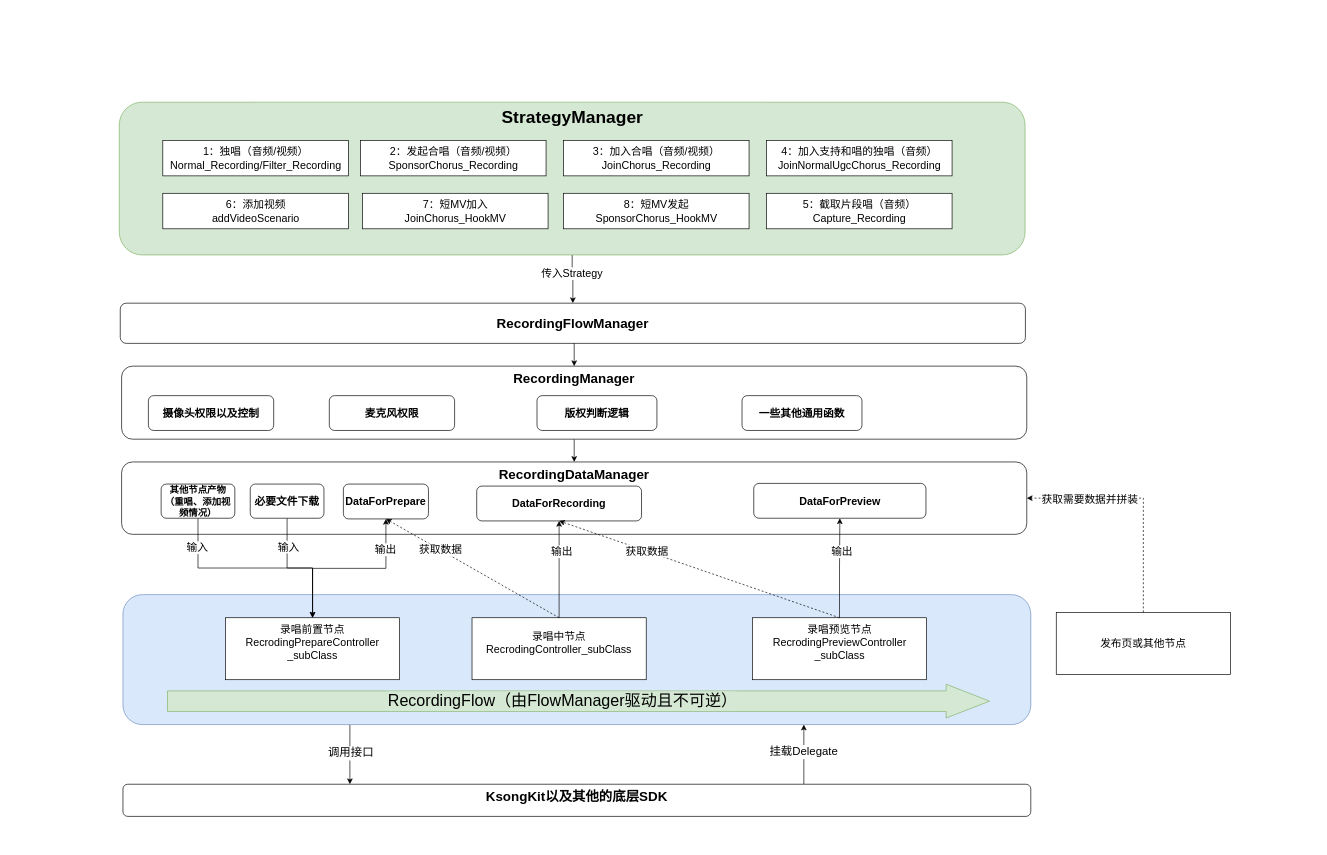
The draw.io diagram NewRecord.drawio in MolierQueen/Xmind, before the edit. Source tidied: cells renumbered, new cells numbered last; positions are measured from the earlier drawing's top-left corner, leaving out a move shared by most shapes. Both pictures are drawn from the tidied source at 67%, with x=0, y=0 at pixel (33, 13).
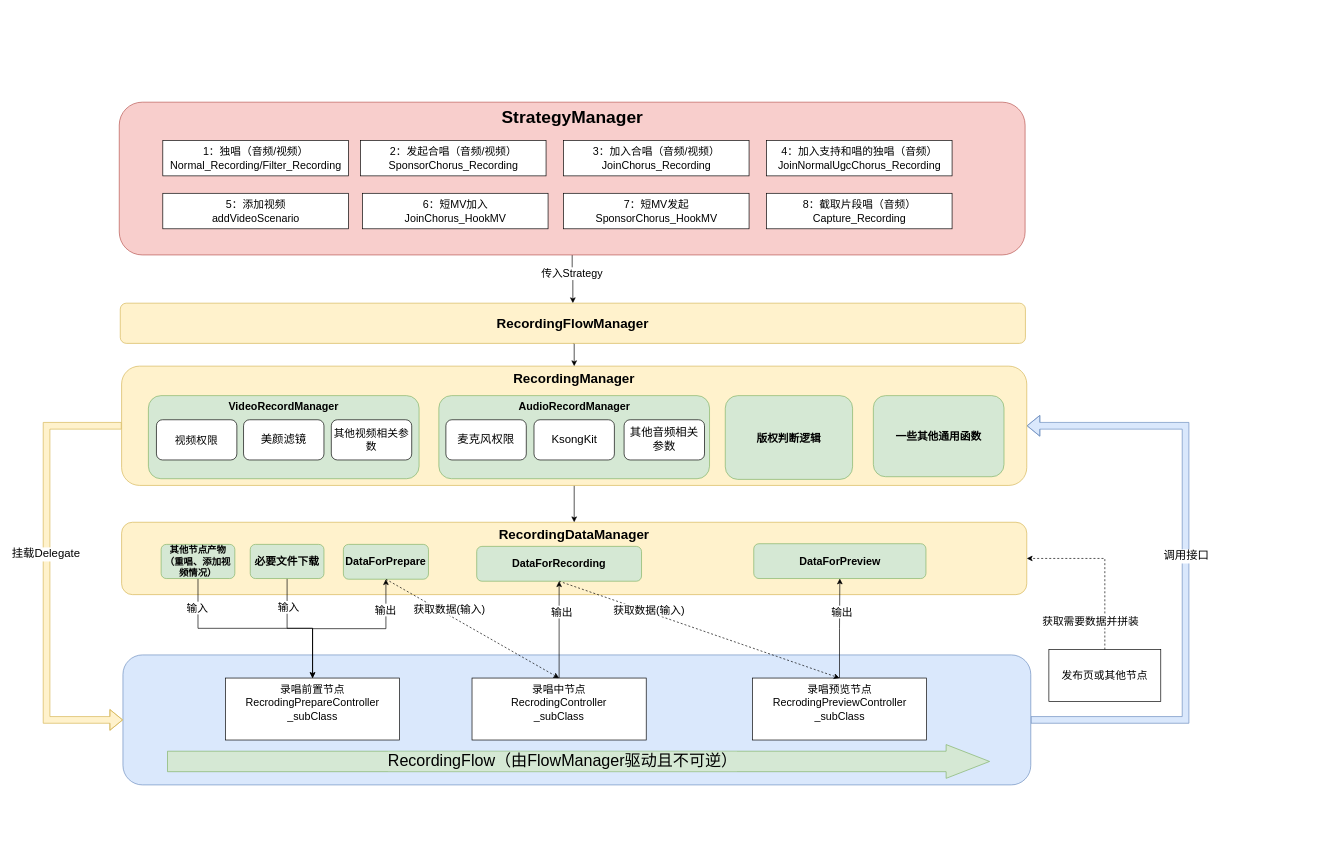
The same diagram, later.

Unchanged cells that the change refers to:
```xml
<mxCell id="38" style="edgeStyle=orthogonalEdgeStyle;rounded=0;jettySize=auto;html=1;exitX=0.5;exitY=0;exitDx=0;exitDy=0;entryX=1;entryY=0.5;entryDx=0;entryDy=0;fontSize=16;dashed=1;" parent="1" edge="1" source="40" target="5">
  <mxGeometry relative="1" as="geometry" />
</mxCell>
```

Diff of the diagram source:
```diff
@@
-    <mxCell id="2" style="edgeStyle=orthogonalEdgeStyle;rounded=0;jettySize=auto;html=1;exitX=0.25;exitY=1;exitDx=0;exitDy=0;entryX=0.25;entryY=0;entryDx=0;entryDy=0;fontSize=24;endArrow=classic;endFill=1;" parent="1" edge="1" source="4" target="24">
-      <mxGeometry relative="1" as="geometry" />
-    </mxCell>
+    <mxCell id="59" style="edgeStyle=orthogonalEdgeStyle;shape=flexArrow;rounded=0;jettySize=auto;html=1;exitX=1;exitY=0.5;exitDx=0;exitDy=0;entryX=1;entryY=0.5;entryDx=0;entryDy=0;fontSize=17;fillColor=#dae8fc;strokeColor=#6c8ebf;" parent="1" edge="1" source="4" target="10">
+      <mxGeometry relative="1" as="geometry">
+        <Array as="points">
+          <mxPoint x="1720" y="1055" />
+          <mxPoint x="1720" y="616" />
+        </Array>
+      </mxGeometry>
+    </mxCell>
-    <mxCell id="3" value="调用接口" style="edgeLabel;html=1;align=center;verticalAlign=middle;fontSize=17;" parent="2" vertex="1">
-      <mxGeometry x="-0.27" relative="1" as="geometry">
-        <mxPoint x="1" y="10" as="offset" />
-      </mxGeometry>
+    <mxCell id="3" value="调用接口" style="edgeLabel;html=1;align=center;verticalAlign=middle;fontSize=17;" parent="59" vertex="1">
+      <mxGeometry x="0.05" relative="1" as="geometry" />
     </mxCell>
     <mxCell id="4" style="rounded=1;whiteSpace=wrap;html=1;fontSize=20;verticalAlign=top;fillColor=#dae8fc;strokeColor=#6c8ebf;" parent="1" vertex="1">
-      <mxGeometry x="134" y="868" width="1355" height="194" as="geometry" />
+      <mxGeometry x="134" y="958" width="1355" height="194" as="geometry" />
     </mxCell>
-    <mxCell id="5" value="&lt;font style=&quot;font-size: 20px&quot;&gt;RecordingDataManager&lt;/font&gt;" style="rounded=1;whiteSpace=wrap;html=1;verticalAlign=top;fontStyle=1;fontSize=16;" parent="1" vertex="1">
-      <mxGeometry x="132" y="670" width="1351" height="108" as="geometry" />
+    <mxCell id="5" value="&lt;font style=&quot;font-size: 20px&quot;&gt;RecordingDataManager&lt;/font&gt;" style="rounded=1;whiteSpace=wrap;html=1;verticalAlign=top;fontStyle=1;fontSize=16;fillColor=#fff2cc;strokeColor=#d6b656;" parent="1" vertex="1">
+      <mxGeometry x="132" y="760" width="1351" height="108" as="geometry" />
     </mxCell>
@@
-    <mxCell id="8" value="&lt;b&gt;&lt;font style=&quot;font-size: 26px&quot;&gt;StrategyManager&lt;/font&gt;&lt;/b&gt;" style="rounded=1;whiteSpace=wrap;html=1;verticalAlign=top;fillColor=#d5e8d4;strokeColor=#82b366;" parent="1" vertex="1">
+    <mxCell id="8" value="&lt;b&gt;&lt;font style=&quot;font-size: 26px&quot;&gt;StrategyManager&lt;/font&gt;&lt;/b&gt;" style="rounded=1;whiteSpace=wrap;html=1;verticalAlign=top;fillColor=#f8cecc;strokeColor=#b85450;" parent="1" vertex="1">
       <mxGeometry x="128.5" y="133" width="1352" height="228" as="geometry" />
     </mxCell>
@@
+    <mxCell id="60" style="edgeStyle=orthogonalEdgeStyle;rounded=0;jettySize=auto;html=1;exitX=0;exitY=0.5;exitDx=0;exitDy=0;entryX=0;entryY=0.5;entryDx=0;entryDy=0;shape=flexArrow;fillColor=#fff2cc;strokeColor=#d6b656;" parent="1" edge="1" source="10" target="4">
+      <mxGeometry relative="1" as="geometry">
+        <Array as="points">
+          <mxPoint x="20" y="616" />
+          <mxPoint x="20" y="1055" />
+        </Array>
+      </mxGeometry>
+    </mxCell>
+    <mxCell id="23" value="挂载Delegate" style="edgeLabel;html=1;align=center;verticalAlign=middle;fontSize=17;" parent="60" vertex="1">
+      <mxGeometry x="-0.09" y="-2" relative="1" as="geometry" />
+    </mxCell>
-    <mxCell id="10" value="&lt;b&gt;&lt;font style=&quot;font-size: 20px&quot;&gt;RecordingManager&lt;/font&gt;&lt;/b&gt;" style="rounded=1;whiteSpace=wrap;html=1;verticalAlign=top;" parent="1" vertex="1">
-      <mxGeometry x="132" y="527" width="1351" height="109" as="geometry" />
+    <mxCell id="10" value="&lt;b&gt;&lt;font style=&quot;font-size: 20px&quot;&gt;RecordingManager&lt;/font&gt;&lt;/b&gt;" style="rounded=1;whiteSpace=wrap;html=1;verticalAlign=top;fillColor=#fff2cc;strokeColor=#d6b656;" parent="1" vertex="1">
+      <mxGeometry x="132" y="527" width="1351" height="178" as="geometry" />
     </mxCell>
@@
-    <mxCell id="13" value="摄像头权限以及控制" style="rounded=1;whiteSpace=wrap;html=1;verticalAlign=middle;fontStyle=1;fontSize=16;" parent="1" vertex="1">
-      <mxGeometry x="172" y="571" width="187" height="52" as="geometry" />
+    <mxCell id="13" value="VideoRecordManager" style="rounded=1;whiteSpace=wrap;html=1;verticalAlign=top;fontStyle=1;fontSize=16;fillColor=#d5e8d4;strokeColor=#82b366;" parent="1" vertex="1">
+      <mxGeometry x="172" y="571" width="404" height="124" as="geometry" />
     </mxCell>
@@
     <mxCell id="15" value="&lt;div style=&quot;font-size: 16px&quot;&gt;录唱前置节点&lt;/div&gt;&lt;div style=&quot;font-size: 16px&quot;&gt;RecrodingPrepareController&lt;/div&gt;&lt;div style=&quot;font-size: 16px&quot;&gt;_subClass&lt;/div&gt;&lt;div style=&quot;font-size: 16px&quot;&gt;&lt;br style=&quot;font-size: 16px&quot;&gt;&lt;/div&gt;" style="rounded=0;whiteSpace=wrap;html=1;fontSize=16;" parent="1" vertex="1">
-      <mxGeometry x="287" y="902.5" width="260" height="92.5" as="geometry" />
+      <mxGeometry x="287" y="992.5" width="260" height="92.5" as="geometry" />
     </mxCell>
-    <mxCell id="16" value="RecordingFlowManager" style="rounded=1;whiteSpace=wrap;html=1;verticalAlign=middle;fontStyle=1;fontSize=20;" parent="1" vertex="1">
+    <mxCell id="16" value="RecordingFlowManager" style="rounded=1;whiteSpace=wrap;html=1;verticalAlign=middle;fontStyle=1;fontSize=20;fillColor=#fff2cc;strokeColor=#d6b656;" parent="1" vertex="1">
       <mxGeometry x="130" y="433" width="1351" height="60" as="geometry" />
     </mxCell>
-    <mxCell id="17" value="DataForPrepare" style="rounded=1;whiteSpace=wrap;html=1;verticalAlign=middle;fontStyle=1;fontSize=16;" parent="1" vertex="1">
-      <mxGeometry x="463" y="703" width="127" height="52" as="geometry" />
+    <mxCell id="17" value="DataForPrepare" style="rounded=1;whiteSpace=wrap;html=1;verticalAlign=middle;fontStyle=1;fontSize=16;fillColor=#d5e8d4;strokeColor=#82b366;" parent="1" vertex="1">
+      <mxGeometry x="463" y="793" width="127" height="52" as="geometry" />
     </mxCell>
@@
-    <mxCell id="20" value="必要文件下载" style="rounded=1;whiteSpace=wrap;html=1;verticalAlign=middle;fontStyle=1;fontSize=16;" parent="1" vertex="1">
-      <mxGeometry x="324" y="703" width="110" height="51" as="geometry" />
+    <mxCell id="20" value="必要文件下载" style="rounded=1;whiteSpace=wrap;html=1;verticalAlign=middle;fontStyle=1;fontSize=16;fillColor=#d5e8d4;strokeColor=#82b366;" parent="1" vertex="1">
+      <mxGeometry x="324" y="793" width="110" height="51" as="geometry" />
     </mxCell>
-    <mxCell id="21" value="版权判断逻辑" style="rounded=1;whiteSpace=wrap;html=1;verticalAlign=middle;fontStyle=1;fontSize=16;" parent="1" vertex="1">
-      <mxGeometry x="752" y="571" width="179" height="52" as="geometry" />
+    <mxCell id="21" value="版权判断逻辑" style="rounded=1;whiteSpace=wrap;html=1;verticalAlign=middle;fontStyle=1;fontSize=16;fillColor=#d5e8d4;strokeColor=#82b366;" parent="1" vertex="1">
+      <mxGeometry x="1033" y="571" width="190" height="125" as="geometry" />
     </mxCell>
-    <mxCell id="22" style="edgeStyle=orthogonalEdgeStyle;rounded=0;jettySize=auto;html=1;exitX=0.75;exitY=0;exitDx=0;exitDy=0;entryX=0.75;entryY=1;entryDx=0;entryDy=0;fontSize=24;endArrow=classic;endFill=1;" parent="1" edge="1" source="24" target="4">
-      <mxGeometry relative="1" as="geometry" />
-    </mxCell>
-    <mxCell id="23" value="挂载Delegate" style="edgeLabel;html=1;align=center;verticalAlign=middle;fontSize=17;" parent="22" vertex="1">
-      <mxGeometry x="0.09" y="1" relative="1" as="geometry" />
-    </mxCell>
-    <mxCell id="24" value="&lt;font style=&quot;font-size: 20px&quot;&gt;KsongKit以及其他的底层SDK&lt;/font&gt;" style="rounded=1;whiteSpace=wrap;html=1;verticalAlign=top;fontStyle=1;fontSize=16;" parent="1" vertex="1">
-      <mxGeometry x="134" y="1151" width="1355" height="48" as="geometry" />
-    </mxCell>
@@
-    <mxCell id="29" value="麦克风权限" style="rounded=1;whiteSpace=wrap;html=1;verticalAlign=middle;fontStyle=1;fontSize=16;" parent="1" vertex="1">
-      <mxGeometry x="442" y="571" width="187" height="52" as="geometry" />
-    </mxCell>
-    <mxCell id="30" value="DataForRecording" style="rounded=1;whiteSpace=wrap;html=1;verticalAlign=middle;fontStyle=1;fontSize=16;" parent="1" vertex="1">
-      <mxGeometry x="662" y="706" width="246" height="52" as="geometry" />
+    <mxCell id="30" value="DataForRecording" style="rounded=1;whiteSpace=wrap;html=1;verticalAlign=middle;fontStyle=1;fontSize=16;fillColor=#d5e8d4;strokeColor=#82b366;" parent="1" vertex="1">
+      <mxGeometry x="662" y="796" width="246" height="52" as="geometry" />
     </mxCell>
-    <mxCell id="31" value="DataForPreview" style="rounded=1;whiteSpace=wrap;html=1;verticalAlign=middle;fontStyle=1;fontSize=16;" parent="1" vertex="1">
-      <mxGeometry x="1075.5" y="702" width="257" height="52" as="geometry" />
+    <mxCell id="31" value="DataForPreview" style="rounded=1;whiteSpace=wrap;html=1;verticalAlign=middle;fontStyle=1;fontSize=16;fillColor=#d5e8d4;strokeColor=#82b366;" parent="1" vertex="1">
+      <mxGeometry x="1075.5" y="792" width="257" height="52" as="geometry" />
     </mxCell>
@@
-    <mxCell id="34" value="&lt;div style=&quot;font-size: 16px&quot;&gt;录唱中节点&lt;/div&gt;&lt;div style=&quot;font-size: 16px&quot;&gt;RecrodingController_subClass&lt;/div&gt;&lt;div style=&quot;font-size: 16px&quot;&gt;&lt;br style=&quot;font-size: 16px&quot;&gt;&lt;/div&gt;" style="rounded=0;whiteSpace=wrap;html=1;fontSize=16;" parent="1" vertex="1">
-      <mxGeometry x="655" y="902.5" width="260" height="92.5" as="geometry" />
+    <mxCell id="34" value="&lt;div style=&quot;font-size: 16px&quot;&gt;录唱中节点&lt;/div&gt;&lt;div style=&quot;font-size: 16px&quot;&gt;RecrodingController&lt;/div&gt;&lt;div style=&quot;font-size: 16px&quot;&gt;_subClass&lt;/div&gt;&lt;div style=&quot;font-size: 16px&quot;&gt;&lt;br style=&quot;font-size: 16px&quot;&gt;&lt;/div&gt;" style="rounded=0;whiteSpace=wrap;html=1;fontSize=16;" parent="1" vertex="1">
+      <mxGeometry x="655" y="992.5" width="260" height="92.5" as="geometry" />
     </mxCell>
@@
     <mxCell id="37" value="&lt;div style=&quot;font-size: 16px&quot;&gt;录唱预览节点&lt;/div&gt;&lt;div style=&quot;font-size: 16px&quot;&gt;RecrodingPreviewController&lt;/div&gt;&lt;div style=&quot;font-size: 16px&quot;&gt;_subClass&lt;/div&gt;&lt;div style=&quot;font-size: 16px&quot;&gt;&lt;br style=&quot;font-size: 16px&quot;&gt;&lt;/div&gt;" style="rounded=0;whiteSpace=wrap;html=1;fontSize=16;" parent="1" vertex="1">
-      <mxGeometry x="1073.5" y="902.5" width="260" height="92.5" as="geometry" />
+      <mxGeometry x="1073.5" y="992.5" width="260" height="92.5" as="geometry" />
     </mxCell>
@@
     <mxCell id="39" value="获取需要数据并拼装" style="edgeLabel;html=1;align=center;verticalAlign=middle;fontSize=16;" parent="38" vertex="1">
       <mxGeometry x="0.71" y="4" relative="1" as="geometry">
-        <mxPoint x="44" y="-4" as="offset" />
+        <mxPoint x="58" y="89" as="offset" />
       </mxGeometry>
     </mxCell>
     <mxCell id="40" value="&lt;div style=&quot;font-size: 16px&quot;&gt;发布页或其他节点&lt;/div&gt;" style="rounded=0;whiteSpace=wrap;html=1;fontSize=16;" parent="1" vertex="1">
-      <mxGeometry x="1527" y="894.5" width="260" height="92.5" as="geometry" />
+      <mxGeometry x="1516" y="950" width="167" height="77.5" as="geometry" />
     </mxCell>
@@
-    <mxCell id="43" value="其他节点产物&lt;br style=&quot;font-size: 14px;&quot;&gt;（重唱、添加视频情况）" style="rounded=1;whiteSpace=wrap;html=1;verticalAlign=middle;fontStyle=1;fontSize=14;" parent="1" vertex="1">
-      <mxGeometry x="191" y="703" width="110" height="51" as="geometry" />
+    <mxCell id="43" value="其他节点产物&lt;br style=&quot;font-size: 14px;&quot;&gt;（重唱、添加视频情况）" style="rounded=1;whiteSpace=wrap;html=1;verticalAlign=middle;fontStyle=1;fontSize=14;fillColor=#d5e8d4;strokeColor=#82b366;" parent="1" vertex="1">
+      <mxGeometry x="191" y="793" width="110" height="51" as="geometry" />
     </mxCell>
-    <mxCell id="44" style="endArrow=classic;html=1;fontSize=16;entryX=0.5;entryY=1;entryDx=0;entryDy=0;exitX=0.5;exitY=0;exitDx=0;exitDy=0;dashed=1;" parent="1" edge="1" source="34" target="17">
+    <mxCell id="44" style="endArrow=classic;html=1;fontSize=16;entryX=0.5;entryY=0;entryDx=0;entryDy=0;dashed=1;exitX=0.5;exitY=1;exitDx=0;exitDy=0;" parent="1" edge="1" source="17" target="34">
       <mxGeometry relative="1" as="geometry" />
     </mxCell>
-    <mxCell id="45" value="获取数据" style="edgeLabel;html=1;align=center;verticalAlign=middle;fontSize=16;" parent="44" vertex="1">
-      <mxGeometry x="0.38" y="-1" relative="1" as="geometry" />
+    <mxCell id="45" value="获取数据(输入)" style="edgeLabel;html=1;align=center;verticalAlign=middle;fontSize=16;" parent="44" vertex="1">
+      <mxGeometry x="0.38" y="-1" relative="1" as="geometry">
+        <mxPoint x="-84" y="-58" as="offset" />
+      </mxGeometry>
     </mxCell>
-    <mxCell id="46" style="endArrow=classic;html=1;fontSize=16;entryX=0.5;entryY=1;entryDx=0;entryDy=0;exitX=0.5;exitY=0;exitDx=0;exitDy=0;dashed=1;endFill=1;" parent="1" edge="1" source="37" target="30">
+    <mxCell id="46" style="endArrow=classic;html=1;fontSize=16;exitX=0.5;exitY=1;exitDx=0;exitDy=0;dashed=1;endFill=1;entryX=0.5;entryY=0;entryDx=0;entryDy=0;" parent="1" edge="1" source="30" target="37">
       <mxGeometry relative="1" as="geometry" />
     </mxCell>
-    <mxCell id="47" value="获取数据" style="edgeLabel;html=1;align=center;verticalAlign=middle;fontSize=16;" parent="46" vertex="1">
-      <mxGeometry x="0.38" y="-1" relative="1" as="geometry" />
+    <mxCell id="47" value="获取数据(输入)" style="edgeLabel;html=1;align=center;verticalAlign=middle;fontSize=16;" parent="46" vertex="1">
+      <mxGeometry x="0.38" y="-1" relative="1" as="geometry">
+        <mxPoint x="-154" y="-58" as="offset" />
+      </mxGeometry>
     </mxCell>
@@
-    <mxCell id="52" value="&lt;div style=&quot;font-size: 16px;&quot;&gt;5：截取片段唱（音频）&lt;/div&gt;&lt;div style=&quot;font-size: 16px;&quot;&gt;Capture_Recording&lt;/div&gt;" style="rounded=0;whiteSpace=wrap;html=1;fontSize=16;" parent="1" vertex="1">
+    <mxCell id="52" value="&lt;div style=&quot;font-size: 16px&quot;&gt;8：截取片段唱（音频）&lt;/div&gt;&lt;div style=&quot;font-size: 16px&quot;&gt;Capture_Recording&lt;/div&gt;" style="rounded=0;whiteSpace=wrap;html=1;fontSize=16;" parent="1" vertex="1">
       <mxGeometry x="1094.5" y="269" width="277" height="53" as="geometry" />
     </mxCell>
-    <mxCell id="53" value="&lt;div style=&quot;font-size: 16px;&quot;&gt;6：添加视频&lt;/div&gt;&lt;div style=&quot;font-size: 16px;&quot;&gt;addVideoScenario&lt;/div&gt;" style="rounded=0;whiteSpace=wrap;html=1;fontSize=16;" parent="1" vertex="1">
+    <mxCell id="53" value="&lt;div style=&quot;font-size: 16px&quot;&gt;5：添加视频&lt;/div&gt;&lt;div style=&quot;font-size: 16px&quot;&gt;addVideoScenario&lt;/div&gt;" style="rounded=0;whiteSpace=wrap;html=1;fontSize=16;" parent="1" vertex="1">
       <mxGeometry x="193.5" y="269" width="277" height="53" as="geometry" />
     </mxCell>
     <mxCell id="54" style="shape=flexArrow;endArrow=classic;html=1;fontSize=16;fillColor=#d5e8d4;strokeColor=#82b366;endWidth=18.823529411764707;endSize=21.294117647058826;width=30.58823529411765;" parent="1" edge="1">
       <mxGeometry relative="1" as="geometry">
-        <mxPoint x="200" y="1027" as="sourcePoint" />
-        <mxPoint x="1428" y="1027" as="targetPoint" />
+        <mxPoint x="200" y="1117" as="sourcePoint" />
+        <mxPoint x="1428" y="1117" as="targetPoint" />
       </mxGeometry>
     </mxCell>
@@
-    <mxCell id="56" value="&lt;div style=&quot;font-size: 16px;&quot;&gt;7：短MV加入&lt;/div&gt;&lt;div style=&quot;font-size: 16px;&quot;&gt;JoinChorus_HookMV&lt;/div&gt;" style="rounded=0;whiteSpace=wrap;html=1;fontSize=16;" parent="1" vertex="1">
+    <mxCell id="56" value="&lt;div style=&quot;font-size: 16px&quot;&gt;6：短MV加入&lt;/div&gt;&lt;div style=&quot;font-size: 16px&quot;&gt;JoinChorus_HookMV&lt;/div&gt;" style="rounded=0;whiteSpace=wrap;html=1;fontSize=16;" parent="1" vertex="1">
       <mxGeometry x="491.5" y="269" width="277" height="53" as="geometry" />
     </mxCell>
-    <mxCell id="57" value="&lt;div style=&quot;font-size: 16px;&quot;&gt;8：短MV发起&lt;/div&gt;&lt;div style=&quot;font-size: 16px;&quot;&gt;SponsorChorus_HookMV&lt;/div&gt;" style="rounded=0;whiteSpace=wrap;html=1;fontSize=16;" parent="1" vertex="1">
+    <mxCell id="57" value="&lt;div style=&quot;font-size: 16px&quot;&gt;7：短MV发起&lt;/div&gt;&lt;div style=&quot;font-size: 16px&quot;&gt;SponsorChorus_HookMV&lt;/div&gt;" style="rounded=0;whiteSpace=wrap;html=1;fontSize=16;" parent="1" vertex="1">
       <mxGeometry x="791.5" y="269" width="277" height="53" as="geometry" />
     </mxCell>
-    <mxCell id="58" value="一些其他通用函数" style="rounded=1;whiteSpace=wrap;html=1;verticalAlign=middle;fontStyle=1;fontSize=16;" parent="1" vertex="1">
-      <mxGeometry x="1058" y="571" width="179" height="52" as="geometry" />
+    <mxCell id="58" value="一些其他通用函数" style="rounded=1;whiteSpace=wrap;html=1;verticalAlign=middle;fontStyle=1;fontSize=16;fillColor=#d5e8d4;strokeColor=#82b366;" parent="1" vertex="1">
+      <mxGeometry x="1254" y="571" width="195" height="121" as="geometry" />
     </mxCell>
+    <mxCell id="61" value="视频权限" style="rounded=1;whiteSpace=wrap;html=1;verticalAlign=middle;fontSize=16;" parent="1" vertex="1">
+      <mxGeometry x="184" y="607" width="120" height="60" as="geometry" />
+    </mxCell>
+    <mxCell id="62" value="美颜滤镜" style="rounded=1;whiteSpace=wrap;html=1;verticalAlign=middle;fontSize=17;" parent="1" vertex="1">
+      <mxGeometry x="314" y="607" width="120" height="60" as="geometry" />
+    </mxCell>
+    <mxCell id="63" value="其他视频相关参数" style="rounded=1;whiteSpace=wrap;html=1;verticalAlign=middle;fontSize=16;" parent="1" vertex="1">
+      <mxGeometry x="445" y="607" width="120" height="60" as="geometry" />
+    </mxCell>
+    <mxCell id="64" value="AudioRecordManager" style="rounded=1;whiteSpace=wrap;html=1;verticalAlign=top;fontStyle=1;fontSize=16;fillColor=#d5e8d4;strokeColor=#82b366;" parent="1" vertex="1">
+      <mxGeometry x="605.5" y="571" width="404" height="124" as="geometry" />
+    </mxCell>
+    <mxCell id="29" value="麦克风权限" style="rounded=1;whiteSpace=wrap;html=1;verticalAlign=middle;fontSize=17;" parent="1" vertex="1">
+      <mxGeometry x="616" y="607" width="120" height="60" as="geometry" />
+    </mxCell>
+    <mxCell id="65" value="KsongKit" style="rounded=1;whiteSpace=wrap;html=1;verticalAlign=middle;fontSize=17;" parent="1" vertex="1">
+      <mxGeometry x="747.5" y="607" width="120" height="60" as="geometry" />
+    </mxCell>
+    <mxCell id="66" value="其他音频相关参数" style="rounded=1;whiteSpace=wrap;html=1;verticalAlign=middle;fontSize=17;" parent="1" vertex="1">
+      <mxGeometry x="882" y="607" width="120" height="60" as="geometry" />
+    </mxCell>
```
